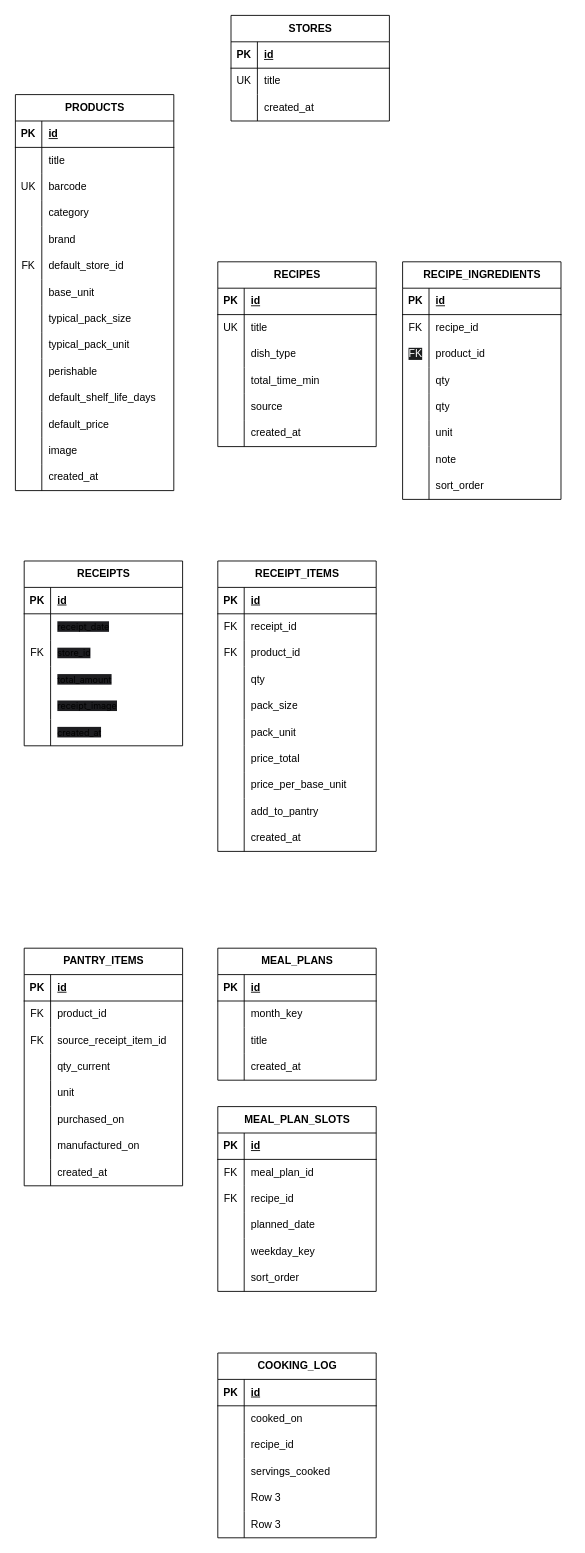
The draw.io diagram Projects/Еда/Docs/Диаграмма без названия.drawio in smeryse/Knowledge-Base, before the edit. Source tidied: cells renumbered, new cells numbered last; positions are measured from the earlier drawing's top-left corner, leaving out a move shared by most shapes. Both pictures are drawn from the tidied source at 88%, with x=0, y=0 at pixel (15, 15).
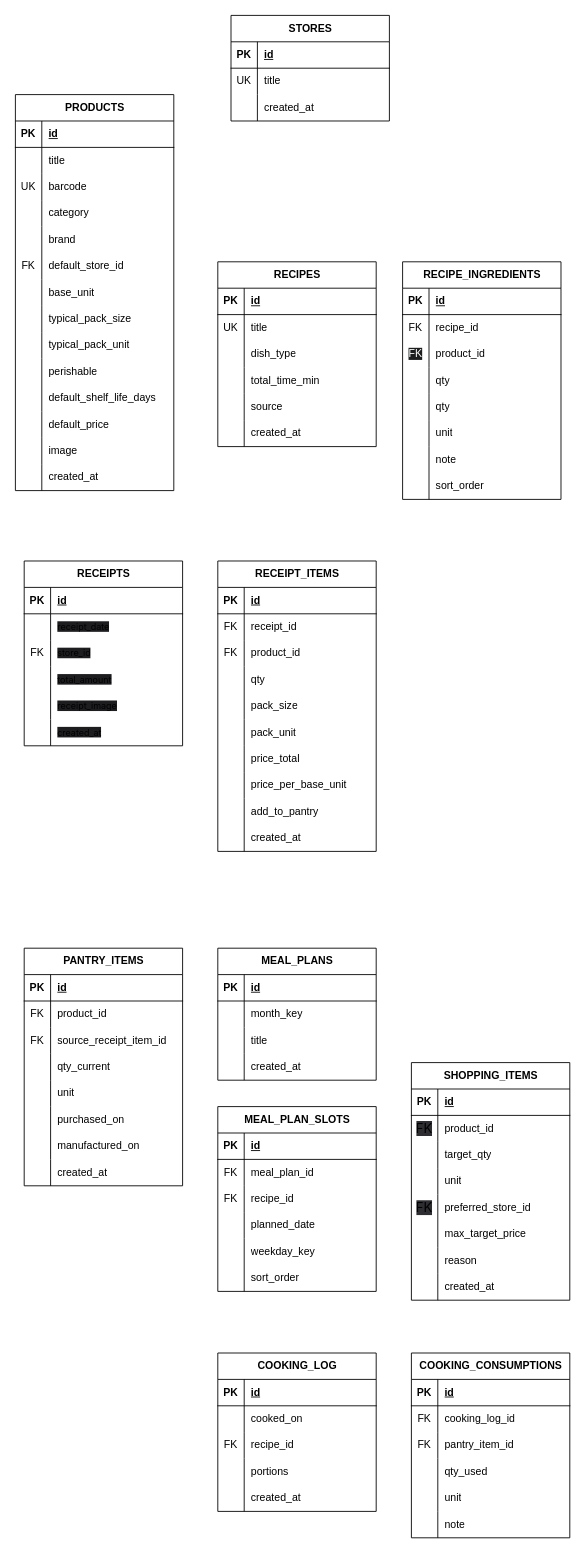
The same diagram, later.

Commit message (it also covers changes not shown here):
vault backup: 2026-05-02 04:47:05

The change refers to these unchanged cells:
```xml
<mxCell id="213" style="shape=tableRow;horizontal=0;startSize=0;swimlaneHead=0;swimlaneBody=0;fillColor=none;top=0;left=0;right=0;bottom=0;" parent="206" vertex="1">
  <mxGeometry y="90" width="180" height="30" as="geometry" />
</mxCell>
<mxCell id="216" style="shape=tableRow;horizontal=0;startSize=0;swimlaneHead=0;swimlaneBody=0;fillColor=none;top=0;left=0;right=0;bottom=0;" parent="206" vertex="1">
  <mxGeometry y="120" width="180" height="30" as="geometry" />
</mxCell>
```

The edit, as a diff of the source:
```diff
@@
     <mxCell id="206" value="COOKING_LOG" style="shape=table;startSize=30;childLayout=tableLayout;rowLines=0;fontStyle=1;align=center;html=1;" parent="1" vertex="1">
-      <mxGeometry x="230" y="1520" width="180" height="210" as="geometry" />
+      <mxGeometry x="230" y="1520" width="180" height="180" as="geometry" />
     </mxCell>
@@
-    <mxCell id="214" style="shape=partialRectangle;fillColor=none;top=0;left=0;bottom=0;right=0;overflow=hidden;whiteSpace=wrap;html=1;" parent="213" vertex="1">
+    <mxCell id="214" value="FK" style="shape=partialRectangle;fillColor=none;top=0;left=0;bottom=0;right=0;overflow=hidden;whiteSpace=wrap;html=1;" parent="213" vertex="1">
       <mxGeometry width="30" height="30" as="geometry" />
     </mxCell>
@@
-    <mxCell id="218" value="servings_cooked" style="shape=partialRectangle;fillColor=none;top=0;left=0;bottom=0;right=0;align=left;spacingLeft=6;overflow=hidden;whiteSpace=wrap;html=1;" parent="216" vertex="1">
+    <mxCell id="218" value="portions" style="shape=partialRectangle;fillColor=none;top=0;left=0;bottom=0;right=0;align=left;spacingLeft=6;overflow=hidden;whiteSpace=wrap;html=1;" parent="216" vertex="1">
       <mxGeometry x="30" width="150" height="30" as="geometry" />
     </mxCell>
-    <mxCell id="219" style="shape=tableRow;horizontal=0;startSize=0;swimlaneHead=0;swimlaneBody=0;fillColor=none;top=0;left=0;right=0;bottom=0;" parent="206" vertex="1">
-      <mxGeometry y="150" width="180" height="30" as="geometry" />
-    </mxCell>
-    <mxCell id="220" style="shape=partialRectangle;fillColor=none;top=0;left=0;bottom=0;right=0;overflow=hidden;whiteSpace=wrap;html=1;" parent="219" vertex="1">
-      <mxGeometry width="30" height="30" as="geometry" />
-    </mxCell>
-    <mxCell id="221" value="Row 3" style="shape=partialRectangle;fillColor=none;top=0;left=0;bottom=0;right=0;align=left;spacingLeft=6;overflow=hidden;whiteSpace=wrap;html=1;" parent="219" vertex="1">
-      <mxGeometry x="30" width="150" height="30" as="geometry" />
-    </mxCell>
     <mxCell id="222" style="shape=tableRow;horizontal=0;startSize=0;swimlaneHead=0;swimlaneBody=0;fillColor=none;top=0;left=0;right=0;bottom=0;" parent="206" vertex="1">
-      <mxGeometry y="180" width="180" height="30" as="geometry" />
+      <mxGeometry y="150" width="180" height="30" as="geometry" />
     </mxCell>
@@
-    <mxCell id="224" value="Row 3" style="shape=partialRectangle;fillColor=none;top=0;left=0;bottom=0;right=0;align=left;spacingLeft=6;overflow=hidden;whiteSpace=wrap;html=1;" parent="222" vertex="1">
+    <mxCell id="224" value="created_at" style="shape=partialRectangle;fillColor=none;top=0;left=0;bottom=0;right=0;align=left;spacingLeft=6;overflow=hidden;whiteSpace=wrap;html=1;" parent="222" vertex="1">
       <mxGeometry x="30" width="150" height="30" as="geometry" />
     </mxCell>
+    <mxCell id="225" value="COOKING_CONSUMPTIONS" style="shape=table;startSize=30;childLayout=tableLayout;rowLines=0;fontStyle=1;align=center;html=1;" parent="1" vertex="1">
+      <mxGeometry x="450" y="1520" width="180" height="210" as="geometry" />
+    </mxCell>
+    <mxCell id="226" style="shape=tableRow;horizontal=0;startSize=0;swimlaneHead=0;swimlaneBody=0;fillColor=none;top=0;left=0;right=0;bottom=1;" parent="225" vertex="1">
+      <mxGeometry y="30" width="180" height="30" as="geometry" />
+    </mxCell>
+    <mxCell id="227" value="PK" style="shape=partialRectangle;fillColor=none;top=0;left=0;bottom=0;right=0;fontStyle=1;overflow=hidden;whiteSpace=wrap;html=1;" parent="226" vertex="1">
+      <mxGeometry width="30" height="30" as="geometry" />
+    </mxCell>
+    <mxCell id="228" value="id" style="shape=partialRectangle;fillColor=none;top=0;left=0;bottom=0;right=0;align=left;spacingLeft=6;fontStyle=5;overflow=hidden;whiteSpace=wrap;html=1;" parent="226" vertex="1">
+      <mxGeometry x="30" width="150" height="30" as="geometry" />
+    </mxCell>
+    <mxCell id="229" style="shape=tableRow;horizontal=0;startSize=0;swimlaneHead=0;swimlaneBody=0;fillColor=none;top=0;left=0;right=0;bottom=0;" parent="225" vertex="1">
+      <mxGeometry y="60" width="180" height="30" as="geometry" />
+    </mxCell>
+    <mxCell id="230" value="FK" style="shape=partialRectangle;fillColor=none;top=0;left=0;bottom=0;right=0;overflow=hidden;whiteSpace=wrap;html=1;" parent="229" vertex="1">
+      <mxGeometry width="30" height="30" as="geometry" />
+    </mxCell>
+    <mxCell id="231" value="cooking_log_id" style="shape=partialRectangle;fillColor=none;top=0;left=0;bottom=0;right=0;align=left;spacingLeft=6;overflow=hidden;whiteSpace=wrap;html=1;" parent="229" vertex="1">
+      <mxGeometry x="30" width="150" height="30" as="geometry" />
+    </mxCell>
+    <mxCell id="232" style="shape=tableRow;horizontal=0;startSize=0;swimlaneHead=0;swimlaneBody=0;fillColor=none;top=0;left=0;right=0;bottom=0;" parent="225" vertex="1">
+      <mxGeometry y="90" width="180" height="30" as="geometry" />
+    </mxCell>
+    <mxCell id="233" value="FK" style="shape=partialRectangle;fillColor=none;top=0;left=0;bottom=0;right=0;overflow=hidden;whiteSpace=wrap;html=1;" parent="232" vertex="1">
+      <mxGeometry width="30" height="30" as="geometry" />
+    </mxCell>
+    <mxCell id="234" value="pantry_item_id" style="shape=partialRectangle;fillColor=none;top=0;left=0;bottom=0;right=0;align=left;spacingLeft=6;overflow=hidden;whiteSpace=wrap;html=1;" parent="232" vertex="1">
+      <mxGeometry x="30" width="150" height="30" as="geometry" />
+    </mxCell>
+    <mxCell id="235" style="shape=tableRow;horizontal=0;startSize=0;swimlaneHead=0;swimlaneBody=0;fillColor=none;top=0;left=0;right=0;bottom=0;" parent="225" vertex="1">
+      <mxGeometry y="120" width="180" height="30" as="geometry" />
+    </mxCell>
+    <mxCell id="236" style="shape=partialRectangle;fillColor=none;top=0;left=0;bottom=0;right=0;overflow=hidden;whiteSpace=wrap;html=1;" parent="235" vertex="1">
+      <mxGeometry width="30" height="30" as="geometry" />
+    </mxCell>
+    <mxCell id="237" value="qty_used" style="shape=partialRectangle;fillColor=none;top=0;left=0;bottom=0;right=0;align=left;spacingLeft=6;overflow=hidden;whiteSpace=wrap;html=1;" parent="235" vertex="1">
+      <mxGeometry x="30" width="150" height="30" as="geometry" />
+    </mxCell>
+    <mxCell id="238" style="shape=tableRow;horizontal=0;startSize=0;swimlaneHead=0;swimlaneBody=0;fillColor=none;top=0;left=0;right=0;bottom=0;" parent="225" vertex="1">
+      <mxGeometry y="150" width="180" height="30" as="geometry" />
+    </mxCell>
+    <mxCell id="239" style="shape=partialRectangle;fillColor=none;top=0;left=0;bottom=0;right=0;overflow=hidden;whiteSpace=wrap;html=1;" parent="238" vertex="1">
+      <mxGeometry width="30" height="30" as="geometry" />
+    </mxCell>
+    <mxCell id="240" value="unit" style="shape=partialRectangle;fillColor=none;top=0;left=0;bottom=0;right=0;align=left;spacingLeft=6;overflow=hidden;whiteSpace=wrap;html=1;" parent="238" vertex="1">
+      <mxGeometry x="30" width="150" height="30" as="geometry" />
+    </mxCell>
+    <mxCell id="241" style="shape=tableRow;horizontal=0;startSize=0;swimlaneHead=0;swimlaneBody=0;fillColor=none;top=0;left=0;right=0;bottom=0;" parent="225" vertex="1">
+      <mxGeometry y="180" width="180" height="30" as="geometry" />
+    </mxCell>
+    <mxCell id="242" style="shape=partialRectangle;fillColor=none;top=0;left=0;bottom=0;right=0;overflow=hidden;whiteSpace=wrap;html=1;" parent="241" vertex="1">
+      <mxGeometry width="30" height="30" as="geometry" />
+    </mxCell>
+    <mxCell id="243" value="note" style="shape=partialRectangle;fillColor=none;top=0;left=0;bottom=0;right=0;align=left;spacingLeft=6;overflow=hidden;whiteSpace=wrap;html=1;" parent="241" vertex="1">
+      <mxGeometry x="30" width="150" height="30" as="geometry" />
+    </mxCell>
+    <mxCell id="244" value="SHOPPING_ITEMS" style="shape=table;startSize=30;childLayout=tableLayout;rowLines=0;fontStyle=1;align=center;html=1;" parent="1" vertex="1">
+      <mxGeometry x="450" y="1190" width="180" height="270" as="geometry" />
+    </mxCell>
+    <mxCell id="245" style="shape=tableRow;horizontal=0;startSize=0;swimlaneHead=0;swimlaneBody=0;fillColor=none;top=0;left=0;right=0;bottom=1;" parent="244" vertex="1">
+      <mxGeometry y="30" width="180" height="30" as="geometry" />
+    </mxCell>
+    <mxCell id="246" value="PK" style="shape=partialRectangle;fillColor=none;top=0;left=0;bottom=0;right=0;fontStyle=1;overflow=hidden;whiteSpace=wrap;html=1;" parent="245" vertex="1">
+      <mxGeometry width="30" height="30" as="geometry" />
+    </mxCell>
+    <mxCell id="247" value="id" style="shape=partialRectangle;fillColor=none;top=0;left=0;bottom=0;right=0;align=left;spacingLeft=6;fontStyle=5;overflow=hidden;whiteSpace=wrap;html=1;" parent="245" vertex="1">
+      <mxGeometry x="30" width="150" height="30" as="geometry" />
+    </mxCell>
+    <mxCell id="248" style="shape=tableRow;horizontal=0;startSize=0;swimlaneHead=0;swimlaneBody=0;fillColor=none;top=0;left=0;right=0;bottom=0;" parent="244" vertex="1">
+      <mxGeometry y="60" width="180" height="30" as="geometry" />
+    </mxCell>
+    <mxCell id="249" value="&lt;span style=&quot;font-family: &amp;quot;??&amp;quot;, &amp;quot;Adwaita Sans&amp;quot;, &amp;quot;Adwaita Sans Text&amp;quot;, ui-sans-serif, -apple-system, BlinkMacSystemFont, system-ui, &amp;quot;Segoe UI&amp;quot;, Roboto, Inter, &amp;quot;Apple Color Emoji&amp;quot;, &amp;quot;Segoe UI Emoji&amp;quot;, &amp;quot;Segoe UI Symbol&amp;quot;, sans-serif; font-size: 14.928px; text-align: start; caret-color: rgb(255, 255, 255); white-space-collapse: break-spaces; background-color: rgb(46, 46, 50);&quot;&gt;FK&lt;/span&gt;" style="shape=partialRectangle;fillColor=none;top=0;left=0;bottom=0;right=0;overflow=hidden;whiteSpace=wrap;html=1;" parent="248" vertex="1">
+      <mxGeometry width="30" height="30" as="geometry" />
+    </mxCell>
+    <mxCell id="250" value="product_id" style="shape=partialRectangle;fillColor=none;top=0;left=0;bottom=0;right=0;align=left;spacingLeft=6;overflow=hidden;whiteSpace=wrap;html=1;" parent="248" vertex="1">
+      <mxGeometry x="30" width="150" height="30" as="geometry" />
+    </mxCell>
+    <mxCell id="251" style="shape=tableRow;horizontal=0;startSize=0;swimlaneHead=0;swimlaneBody=0;fillColor=none;top=0;left=0;right=0;bottom=0;" parent="244" vertex="1">
+      <mxGeometry y="90" width="180" height="30" as="geometry" />
+    </mxCell>
+    <mxCell id="252" style="shape=partialRectangle;fillColor=none;top=0;left=0;bottom=0;right=0;overflow=hidden;whiteSpace=wrap;html=1;" parent="251" vertex="1">
+      <mxGeometry width="30" height="30" as="geometry" />
+    </mxCell>
+    <mxCell id="253" value="target_qty" style="shape=partialRectangle;fillColor=none;top=0;left=0;bottom=0;right=0;align=left;spacingLeft=6;overflow=hidden;whiteSpace=wrap;html=1;" parent="251" vertex="1">
+      <mxGeometry x="30" width="150" height="30" as="geometry" />
+    </mxCell>
+    <mxCell id="254" style="shape=tableRow;horizontal=0;startSize=0;swimlaneHead=0;swimlaneBody=0;fillColor=none;top=0;left=0;right=0;bottom=0;" parent="244" vertex="1">
+      <mxGeometry y="120" width="180" height="30" as="geometry" />
+    </mxCell>
+    <mxCell id="255" style="shape=partialRectangle;fillColor=none;top=0;left=0;bottom=0;right=0;overflow=hidden;whiteSpace=wrap;html=1;" parent="254" vertex="1">
+      <mxGeometry width="30" height="30" as="geometry" />
+    </mxCell>
+    <mxCell id="256" value="unit" style="shape=partialRectangle;fillColor=none;top=0;left=0;bottom=0;right=0;align=left;spacingLeft=6;overflow=hidden;whiteSpace=wrap;html=1;" parent="254" vertex="1">
+      <mxGeometry x="30" width="150" height="30" as="geometry" />
+    </mxCell>
+    <mxCell id="257" style="shape=tableRow;horizontal=0;startSize=0;swimlaneHead=0;swimlaneBody=0;fillColor=none;top=0;left=0;right=0;bottom=0;" parent="244" vertex="1">
+      <mxGeometry y="150" width="180" height="30" as="geometry" />
+    </mxCell>
+    <mxCell id="258" value="&lt;span style=&quot;font-family: &amp;quot;??&amp;quot;, &amp;quot;Adwaita Sans&amp;quot;, &amp;quot;Adwaita Sans Text&amp;quot;, ui-sans-serif, -apple-system, BlinkMacSystemFont, system-ui, &amp;quot;Segoe UI&amp;quot;, Roboto, Inter, &amp;quot;Apple Color Emoji&amp;quot;, &amp;quot;Segoe UI Emoji&amp;quot;, &amp;quot;Segoe UI Symbol&amp;quot;, sans-serif; font-size: 14.928px; text-align: start; caret-color: rgb(255, 255, 255); white-space-collapse: break-spaces; background-color: rgb(46, 46, 50);&quot;&gt;FK&lt;/span&gt;" style="shape=partialRectangle;fillColor=none;top=0;left=0;bottom=0;right=0;overflow=hidden;whiteSpace=wrap;html=1;" parent="257" vertex="1">
+      <mxGeometry width="30" height="30" as="geometry" />
+    </mxCell>
+    <mxCell id="259" value="preferred_store_id" style="shape=partialRectangle;fillColor=none;top=0;left=0;bottom=0;right=0;align=left;spacingLeft=6;overflow=hidden;whiteSpace=wrap;html=1;" parent="257" vertex="1">
+      <mxGeometry x="30" width="150" height="30" as="geometry" />
+    </mxCell>
+    <mxCell id="260" style="shape=tableRow;horizontal=0;startSize=0;swimlaneHead=0;swimlaneBody=0;fillColor=none;top=0;left=0;right=0;bottom=0;" parent="244" vertex="1">
+      <mxGeometry y="180" width="180" height="30" as="geometry" />
+    </mxCell>
+    <mxCell id="261" style="shape=partialRectangle;fillColor=none;top=0;left=0;bottom=0;right=0;overflow=hidden;whiteSpace=wrap;html=1;" parent="260" vertex="1">
+      <mxGeometry width="30" height="30" as="geometry" />
+    </mxCell>
+    <mxCell id="262" value="max_target_price" style="shape=partialRectangle;fillColor=none;top=0;left=0;bottom=0;right=0;align=left;spacingLeft=6;overflow=hidden;whiteSpace=wrap;html=1;" parent="260" vertex="1">
+      <mxGeometry x="30" width="150" height="30" as="geometry" />
+    </mxCell>
+    <mxCell id="263" style="shape=tableRow;horizontal=0;startSize=0;swimlaneHead=0;swimlaneBody=0;fillColor=none;top=0;left=0;right=0;bottom=0;" parent="244" vertex="1">
+      <mxGeometry y="210" width="180" height="30" as="geometry" />
+    </mxCell>
+    <mxCell id="264" style="shape=partialRectangle;fillColor=none;top=0;left=0;bottom=0;right=0;overflow=hidden;whiteSpace=wrap;html=1;" parent="263" vertex="1">
+      <mxGeometry width="30" height="30" as="geometry" />
+    </mxCell>
+    <mxCell id="265" value="reason" style="shape=partialRectangle;fillColor=none;top=0;left=0;bottom=0;right=0;align=left;spacingLeft=6;overflow=hidden;whiteSpace=wrap;html=1;" parent="263" vertex="1">
+      <mxGeometry x="30" width="150" height="30" as="geometry" />
+    </mxCell>
+    <mxCell id="266" style="shape=tableRow;horizontal=0;startSize=0;swimlaneHead=0;swimlaneBody=0;fillColor=none;top=0;left=0;right=0;bottom=0;" parent="244" vertex="1">
+      <mxGeometry y="240" width="180" height="30" as="geometry" />
+    </mxCell>
+    <mxCell id="267" style="shape=partialRectangle;fillColor=none;top=0;left=0;bottom=0;right=0;overflow=hidden;whiteSpace=wrap;html=1;" parent="266" vertex="1">
+      <mxGeometry width="30" height="30" as="geometry" />
+    </mxCell>
+    <mxCell id="268" value="created_at" style="shape=partialRectangle;fillColor=none;top=0;left=0;bottom=0;right=0;align=left;spacingLeft=6;overflow=hidden;whiteSpace=wrap;html=1;" parent="266" vertex="1">
+      <mxGeometry x="30" width="150" height="30" as="geometry" />
+    </mxCell>
```
